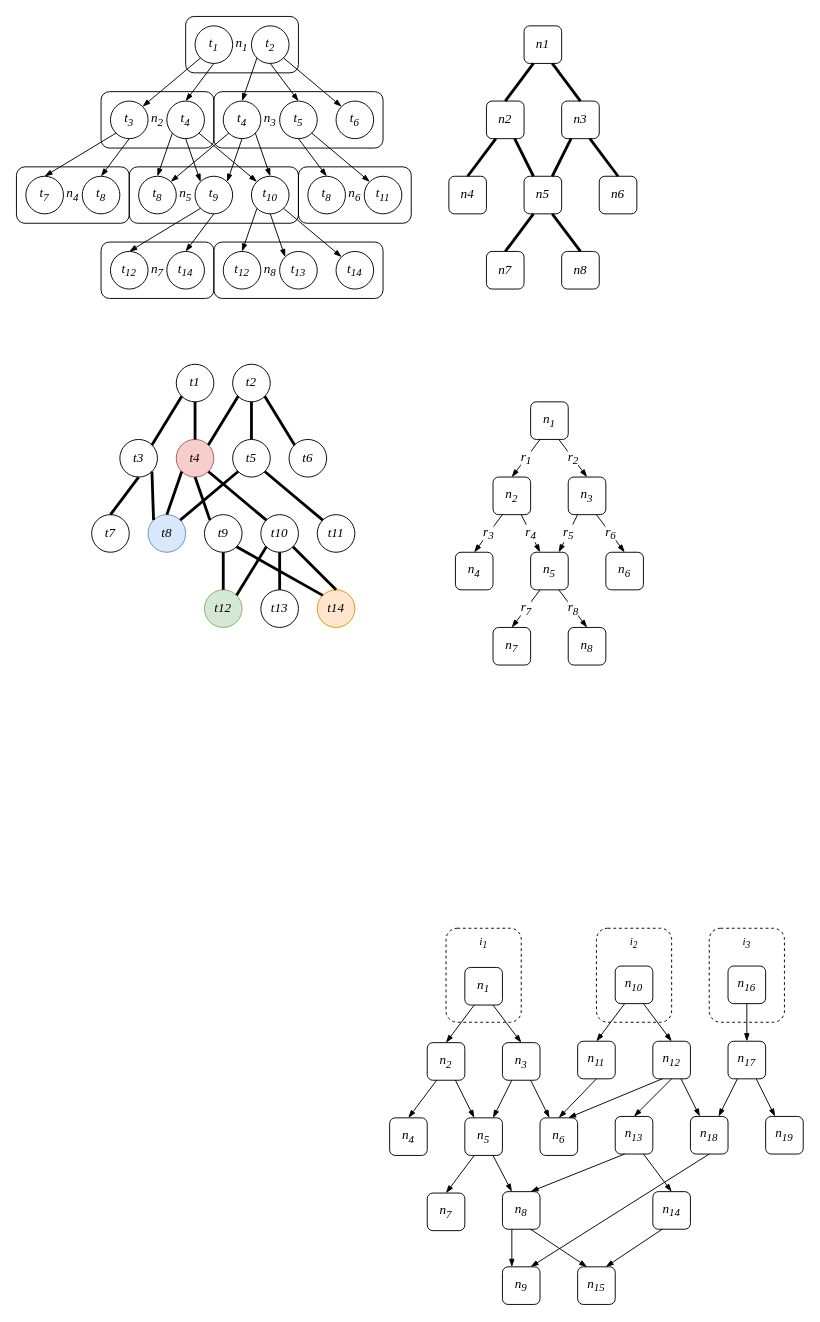
Above: karti.drawio in obscurya/draw.io (draw.io), before the change. Source tidied: cells renumbered, new cells numbered last; positions are measured from the earlier drawing's top-left corner, leaving out a move shared by most shapes. Both pictures are drawn from the tidied source at 94%, with x=0, y=0 at pixel (16, 16).
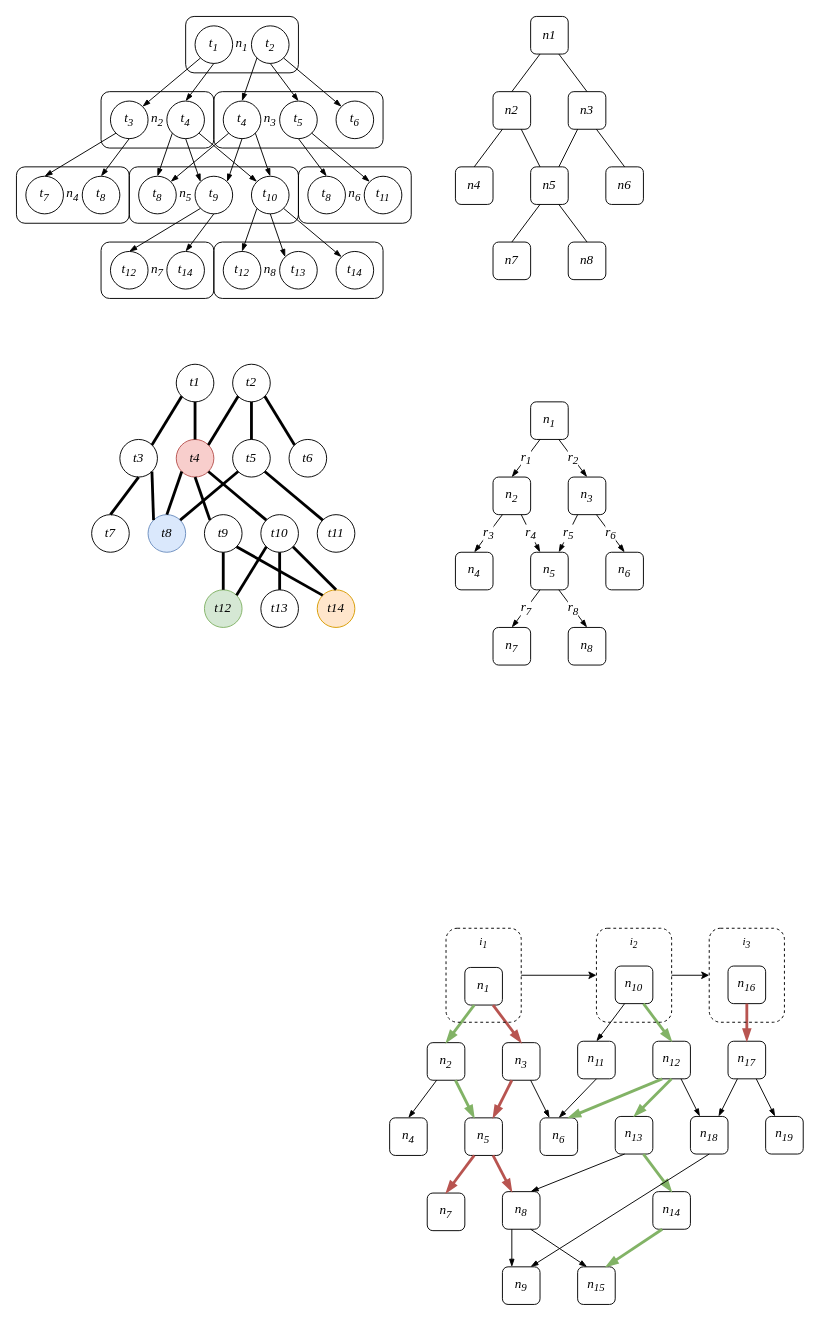
The same page after the edit.

Unchanged cells that the change refers to:
```xml
<mxCell id="120" value="n&lt;sub&gt;8&lt;/sub&gt;" style="rounded=1;whiteSpace=wrap;html=1;fontFamily=Times New Roman;fontSize=14;fillColor=none;fontStyle=2;" parent="1" vertex="1">
  <mxGeometry x="517" y="1250.2" width="40" height="40" as="geometry" />
</mxCell>
<mxCell id="121" value="n&lt;sub&gt;7&lt;/sub&gt;" style="rounded=1;whiteSpace=wrap;html=1;fontFamily=Times New Roman;fontSize=14;fillColor=none;fontStyle=2;" parent="1" vertex="1">
  <mxGeometry x="437" y="1251.7" width="40" height="40" as="geometry" />
</mxCell>
<mxCell id="122" value="n&lt;sub&gt;2&lt;/sub&gt;" style="rounded=1;whiteSpace=wrap;html=1;fontFamily=Times New Roman;fontSize=14;fillColor=none;fontStyle=2;" parent="1" vertex="1">
  <mxGeometry x="437" y="1091.7" width="40" height="40" as="geometry" />
</mxCell>
<mxCell id="123" value="n&lt;sub&gt;5&lt;/sub&gt;" style="rounded=1;whiteSpace=wrap;html=1;fontFamily=Times New Roman;fontSize=14;fillColor=none;fontStyle=2;" parent="1" vertex="1">
  <mxGeometry x="477" y="1171.7" width="40" height="40" as="geometry" />
</mxCell>
<mxCell id="124" value="n&lt;sub&gt;1&lt;/sub&gt;" style="rounded=1;whiteSpace=wrap;html=1;fontFamily=Times New Roman;fontSize=14;fillColor=none;fontStyle=2;" parent="1" vertex="1">
  <mxGeometry x="477" y="1011.7" width="40" height="40" as="geometry" />
</mxCell>
<mxCell id="125" value="n&lt;sub&gt;6&lt;/sub&gt;" style="rounded=1;whiteSpace=wrap;html=1;fontFamily=Times New Roman;fontSize=14;fillColor=none;fontStyle=2;" parent="1" vertex="1">
  <mxGeometry x="557" y="1171.7" width="40" height="40" as="geometry" />
</mxCell>
<mxCell id="127" value="n&lt;sub&gt;3&lt;/sub&gt;" style="rounded=1;whiteSpace=wrap;html=1;fontFamily=Times New Roman;fontSize=14;fillColor=none;fontStyle=2;" parent="1" vertex="1">
  <mxGeometry x="517" y="1091.7" width="40" height="40" as="geometry" />
</mxCell>
<mxCell id="136" value="n&lt;sub&gt;10&lt;/sub&gt;" style="rounded=1;whiteSpace=wrap;html=1;fontFamily=Times New Roman;fontSize=14;fillColor=none;fontStyle=2;" parent="1" vertex="1">
  <mxGeometry x="637" y="1010.2" width="40" height="40" as="geometry" />
</mxCell>
<mxCell id="138" value="n&lt;sub&gt;12&lt;/sub&gt;" style="rounded=1;whiteSpace=wrap;html=1;fontFamily=Times New Roman;fontSize=14;fillColor=none;fontStyle=2;" parent="1" vertex="1">
  <mxGeometry x="677" y="1090.2" width="40" height="40" as="geometry" />
</mxCell>
<mxCell id="139" value="n&lt;sub&gt;13&lt;/sub&gt;" style="rounded=1;whiteSpace=wrap;html=1;fontFamily=Times New Roman;fontSize=14;fillColor=none;fontStyle=2;" parent="1" vertex="1">
  <mxGeometry x="637" y="1170.2" width="40" height="40" as="geometry" />
</mxCell>
<mxCell id="140" value="n&lt;sub&gt;14&lt;/sub&gt;" style="rounded=1;whiteSpace=wrap;html=1;fontFamily=Times New Roman;fontSize=14;fillColor=none;fontStyle=2;" parent="1" vertex="1">
  <mxGeometry x="677" y="1250.2" width="40" height="40" as="geometry" />
</mxCell>
<mxCell id="141" value="n&lt;sub&gt;16&lt;/sub&gt;" style="rounded=1;whiteSpace=wrap;html=1;fontFamily=Times New Roman;fontSize=14;fillColor=none;fontStyle=2;" parent="1" vertex="1">
  <mxGeometry x="757" y="1010.2" width="40" height="40" as="geometry" />
</mxCell>
<mxCell id="142" value="n&lt;sub&gt;17&lt;/sub&gt;" style="rounded=1;whiteSpace=wrap;html=1;fontFamily=Times New Roman;fontSize=14;fillColor=none;fontStyle=2;" parent="1" vertex="1">
  <mxGeometry x="757" y="1090.2" width="40" height="40" as="geometry" />
</mxCell>
<mxCell id="154" value="n&lt;sub&gt;15&lt;/sub&gt;" style="rounded=1;whiteSpace=wrap;html=1;fontFamily=Times New Roman;fontSize=14;fillColor=none;fontStyle=2;" parent="1" vertex="1">
  <mxGeometry x="597" y="1330.2" width="40" height="40" as="geometry" />
</mxCell>
<mxCell id="162" value="i&lt;sub&gt;1&lt;/sub&gt;" style="rounded=1;whiteSpace=wrap;html=1;fillColor=none;dashed=1;verticalAlign=top;fontFamily=Times New Roman;fontStyle=2;" parent="1" vertex="1">
  <mxGeometry x="457" y="970" width="80" height="100" as="geometry" />
</mxCell>
<mxCell id="163" value="&lt;span&gt;i&lt;/span&gt;&lt;sub&gt;2&lt;/sub&gt;" style="rounded=1;whiteSpace=wrap;html=1;fillColor=none;dashed=1;verticalAlign=top;fontFamily=Times New Roman;fontStyle=2;" parent="1" vertex="1">
  <mxGeometry x="617" y="970" width="80" height="100" as="geometry" />
</mxCell>
<mxCell id="164" value="&lt;span&gt;i&lt;/span&gt;&lt;sub&gt;3&lt;/sub&gt;" style="rounded=1;whiteSpace=wrap;html=1;fillColor=none;dashed=1;verticalAlign=top;fontFamily=Times New Roman;fontStyle=2;" parent="1" vertex="1">
  <mxGeometry x="737" y="970" width="80" height="100" as="geometry" />
</mxCell>
```

What changed in the source:
```diff
@@
-    <mxCell id="88" value="&lt;span&gt;n8&lt;/span&gt;" style="rounded=1;whiteSpace=wrap;html=1;fontFamily=Times New Roman;fontSize=14;fillColor=none;fontStyle=2;" parent="1" vertex="1">
-      <mxGeometry x="580" y="250" width="40" height="40" as="geometry" />
+    <mxCell id="88" value="&lt;span&gt;n8&lt;/span&gt;" style="rounded=1;whiteSpace=wrap;html=1;fontFamily=Times New Roman;fontSize=14;fillColor=none;fontStyle=2;strokeWidth=1;" parent="1" vertex="1">
+      <mxGeometry x="587" y="240" width="40" height="40" as="geometry" />
     </mxCell>
-    <mxCell id="89" value="&lt;span&gt;n7&lt;/span&gt;" style="rounded=1;whiteSpace=wrap;html=1;fontFamily=Times New Roman;fontSize=14;fillColor=none;fontStyle=2;" parent="1" vertex="1">
-      <mxGeometry x="500" y="250" width="40" height="40" as="geometry" />
+    <mxCell id="89" value="&lt;span&gt;n7&lt;/span&gt;" style="rounded=1;whiteSpace=wrap;html=1;fontFamily=Times New Roman;fontSize=14;fillColor=none;fontStyle=2;strokeWidth=1;" parent="1" vertex="1">
+      <mxGeometry x="507" y="240" width="40" height="40" as="geometry" />
     </mxCell>
-    <mxCell id="90" value="n2" style="rounded=1;whiteSpace=wrap;html=1;fontFamily=Times New Roman;fontSize=14;fillColor=none;fontStyle=2;" parent="1" vertex="1">
-      <mxGeometry x="500" y="90" width="40" height="40" as="geometry" />
+    <mxCell id="90" value="n2" style="rounded=1;whiteSpace=wrap;html=1;fontFamily=Times New Roman;fontSize=14;fillColor=none;fontStyle=2;strokeWidth=1;" parent="1" vertex="1">
+      <mxGeometry x="507" y="80" width="40" height="40" as="geometry" />
     </mxCell>
-    <mxCell id="91" value="&lt;span&gt;n5&lt;/span&gt;" style="rounded=1;whiteSpace=wrap;html=1;fontFamily=Times New Roman;fontSize=14;fillColor=none;fontStyle=2;" parent="1" vertex="1">
-      <mxGeometry x="540" y="170" width="40" height="40" as="geometry" />
+    <mxCell id="91" value="&lt;span&gt;n5&lt;/span&gt;" style="rounded=1;whiteSpace=wrap;html=1;fontFamily=Times New Roman;fontSize=14;fillColor=none;fontStyle=2;strokeWidth=1;" parent="1" vertex="1">
+      <mxGeometry x="547" y="160" width="40" height="40" as="geometry" />
     </mxCell>
-    <mxCell id="92" value="n1" style="rounded=1;whiteSpace=wrap;html=1;fontFamily=Times New Roman;fontSize=14;fillColor=none;fontStyle=2;" parent="1" vertex="1">
-      <mxGeometry x="540" y="10" width="40" height="40" as="geometry" />
+    <mxCell id="92" value="n1" style="rounded=1;whiteSpace=wrap;html=1;fontFamily=Times New Roman;fontSize=14;fillColor=none;fontStyle=2;strokeWidth=1;" parent="1" vertex="1">
+      <mxGeometry x="547" width="40" height="40" as="geometry" />
     </mxCell>
-    <mxCell id="93" value="&lt;span&gt;n6&lt;/span&gt;" style="rounded=1;whiteSpace=wrap;html=1;fontFamily=Times New Roman;fontSize=14;fillColor=none;fontStyle=2;" parent="1" vertex="1">
-      <mxGeometry x="620" y="170" width="40" height="40" as="geometry" />
+    <mxCell id="93" value="&lt;span&gt;n6&lt;/span&gt;" style="rounded=1;whiteSpace=wrap;html=1;fontFamily=Times New Roman;fontSize=14;fillColor=none;fontStyle=2;strokeWidth=1;" parent="1" vertex="1">
+      <mxGeometry x="627" y="160" width="40" height="40" as="geometry" />
     </mxCell>
-    <mxCell id="94" value="&lt;span&gt;n4&lt;/span&gt;" style="rounded=1;whiteSpace=wrap;html=1;fontFamily=Times New Roman;fontSize=14;fillColor=none;fontStyle=2;" parent="1" vertex="1">
-      <mxGeometry x="460" y="170" width="40" height="40" as="geometry" />
+    <mxCell id="94" value="&lt;span&gt;n4&lt;/span&gt;" style="rounded=1;whiteSpace=wrap;html=1;fontFamily=Times New Roman;fontSize=14;fillColor=none;fontStyle=2;strokeWidth=1;" parent="1" vertex="1">
+      <mxGeometry x="467" y="160" width="40" height="40" as="geometry" />
     </mxCell>
-    <mxCell id="95" value="&lt;span&gt;n3&lt;/span&gt;" style="rounded=1;whiteSpace=wrap;html=1;fontFamily=Times New Roman;fontSize=14;fillColor=none;fontStyle=2;" parent="1" vertex="1">
-      <mxGeometry x="580" y="90" width="40" height="40" as="geometry" />
+    <mxCell id="95" value="&lt;span&gt;n3&lt;/span&gt;" style="rounded=1;whiteSpace=wrap;html=1;fontFamily=Times New Roman;fontSize=14;fillColor=none;fontStyle=2;strokeWidth=1;" parent="1" vertex="1">
+      <mxGeometry x="587" y="80" width="40" height="40" as="geometry" />
     </mxCell>
-    <mxCell id="96" style="endArrow=none;html=1;fontFamily=Times New Roman;fontSize=14;entryX=0.25;entryY=1;entryDx=0;entryDy=0;exitX=0.5;exitY=0;exitDx=0;exitDy=0;strokeWidth=3;fontStyle=2;" parent="1" edge="1" source="90" target="92">
+    <mxCell id="96" style="endArrow=none;html=1;fontFamily=Times New Roman;fontSize=14;entryX=0.25;entryY=1;entryDx=0;entryDy=0;exitX=0.5;exitY=0;exitDx=0;exitDy=0;strokeWidth=1;fontStyle=2;" parent="1" edge="1" source="90" target="92">
       <mxGeometry relative="1" as="geometry" />
     </mxCell>
-    <mxCell id="97" style="endArrow=none;html=1;fontFamily=Times New Roman;fontSize=14;entryX=0.75;entryY=1;entryDx=0;entryDy=0;exitX=0.5;exitY=0;exitDx=0;exitDy=0;strokeWidth=3;fontStyle=2;" parent="1" edge="1" source="95" target="92">
+    <mxCell id="97" style="endArrow=none;html=1;fontFamily=Times New Roman;fontSize=14;entryX=0.75;entryY=1;entryDx=0;entryDy=0;exitX=0.5;exitY=0;exitDx=0;exitDy=0;strokeWidth=1;fontStyle=2;" parent="1" edge="1" source="95" target="92">
       <mxGeometry relative="1" as="geometry" />
     </mxCell>
-    <mxCell id="98" style="endArrow=none;html=1;fontFamily=Times New Roman;fontSize=14;entryX=0.25;entryY=1;entryDx=0;entryDy=0;exitX=0.5;exitY=0;exitDx=0;exitDy=0;strokeWidth=3;fontStyle=2;" parent="1" edge="1" source="94" target="90">
+    <mxCell id="98" style="endArrow=none;html=1;fontFamily=Times New Roman;fontSize=14;entryX=0.25;entryY=1;entryDx=0;entryDy=0;exitX=0.5;exitY=0;exitDx=0;exitDy=0;strokeWidth=1;fontStyle=2;" parent="1" edge="1" source="94" target="90">
       <mxGeometry relative="1" as="geometry" />
     </mxCell>
-    <mxCell id="99" style="endArrow=none;html=1;fontFamily=Times New Roman;fontSize=14;entryX=0.75;entryY=1;entryDx=0;entryDy=0;exitX=0.25;exitY=0;exitDx=0;exitDy=0;strokeWidth=3;fontStyle=2;" parent="1" edge="1" source="91" target="90">
+    <mxCell id="99" style="endArrow=none;html=1;fontFamily=Times New Roman;fontSize=14;entryX=0.75;entryY=1;entryDx=0;entryDy=0;exitX=0.25;exitY=0;exitDx=0;exitDy=0;strokeWidth=1;fontStyle=2;" parent="1" edge="1" source="91" target="90">
       <mxGeometry relative="1" as="geometry" />
     </mxCell>
-    <mxCell id="100" style="endArrow=none;html=1;fontFamily=Times New Roman;fontSize=14;entryX=0.25;entryY=1;entryDx=0;entryDy=0;exitX=0.75;exitY=0;exitDx=0;exitDy=0;strokeWidth=3;fontStyle=2;" parent="1" edge="1" source="91" target="95">
+    <mxCell id="100" style="endArrow=none;html=1;fontFamily=Times New Roman;fontSize=14;entryX=0.25;entryY=1;entryDx=0;entryDy=0;exitX=0.75;exitY=0;exitDx=0;exitDy=0;strokeWidth=1;fontStyle=2;" parent="1" edge="1" source="91" target="95">
       <mxGeometry relative="1" as="geometry" />
     </mxCell>
-    <mxCell id="101" style="endArrow=none;html=1;fontFamily=Times New Roman;fontSize=14;entryX=0.75;entryY=1;entryDx=0;entryDy=0;exitX=0.5;exitY=0;exitDx=0;exitDy=0;strokeWidth=3;fontStyle=2;" parent="1" edge="1" source="93" target="95">
+    <mxCell id="101" style="endArrow=none;html=1;fontFamily=Times New Roman;fontSize=14;entryX=0.75;entryY=1;entryDx=0;entryDy=0;exitX=0.5;exitY=0;exitDx=0;exitDy=0;strokeWidth=1;fontStyle=2;" parent="1" edge="1" source="93" target="95">
       <mxGeometry relative="1" as="geometry" />
     </mxCell>
-    <mxCell id="102" style="endArrow=none;html=1;fontFamily=Times New Roman;fontSize=14;exitX=0.5;exitY=0;exitDx=0;exitDy=0;strokeWidth=3;fontStyle=2;entryX=0.25;entryY=1;entryDx=0;entryDy=0;" parent="1" edge="1" source="89" target="91">
+    <mxCell id="102" style="endArrow=none;html=1;fontFamily=Times New Roman;fontSize=14;exitX=0.5;exitY=0;exitDx=0;exitDy=0;strokeWidth=1;fontStyle=2;entryX=0.25;entryY=1;entryDx=0;entryDy=0;" parent="1" edge="1" source="89" target="91">
       <mxGeometry relative="1" as="geometry" />
     </mxCell>
-    <mxCell id="103" style="endArrow=none;html=1;fontFamily=Times New Roman;fontSize=14;entryX=0.75;entryY=1;entryDx=0;entryDy=0;exitX=0.5;exitY=0;exitDx=0;exitDy=0;strokeWidth=3;fontStyle=2;" parent="1" edge="1" source="88" target="91">
+    <mxCell id="103" style="endArrow=none;html=1;fontFamily=Times New Roman;fontSize=14;entryX=0.75;entryY=1;entryDx=0;entryDy=0;exitX=0.5;exitY=0;exitDx=0;exitDy=0;strokeWidth=1;fontStyle=2;" parent="1" edge="1" source="88" target="91">
       <mxGeometry relative="1" as="geometry" />
     </mxCell>
@@
-    <mxCell id="128" style="endArrow=none;html=1;fontFamily=Times New Roman;fontSize=14;entryX=0.25;entryY=1;entryDx=0;entryDy=0;exitX=0.5;exitY=0;exitDx=0;exitDy=0;strokeWidth=1;fontStyle=2;startArrow=blockThin;startFill=1;" parent="1" edge="1" source="122" target="124">
+    <mxCell id="128" style="endArrow=none;html=1;fontFamily=Times New Roman;fontSize=14;entryX=0.25;entryY=1;entryDx=0;entryDy=0;exitX=0.5;exitY=0;exitDx=0;exitDy=0;strokeWidth=3;fontStyle=2;startArrow=blockThin;startFill=1;fillColor=#d5e8d4;strokeColor=#82b366;" parent="1" edge="1" source="122" target="124">
       <mxGeometry relative="1" as="geometry" />
     </mxCell>
-    <mxCell id="129" style="endArrow=none;html=1;fontFamily=Times New Roman;fontSize=14;entryX=0.75;entryY=1;entryDx=0;entryDy=0;exitX=0.5;exitY=0;exitDx=0;exitDy=0;strokeWidth=1;fontStyle=2;startArrow=blockThin;startFill=1;" parent="1" edge="1" source="127" target="124">
+    <mxCell id="129" style="endArrow=none;html=1;fontFamily=Times New Roman;fontSize=14;entryX=0.75;entryY=1;entryDx=0;entryDy=0;exitX=0.5;exitY=0;exitDx=0;exitDy=0;strokeWidth=3;fontStyle=2;startArrow=blockThin;startFill=1;fillColor=#f8cecc;strokeColor=#b85450;" parent="1" edge="1" source="127" target="124">
       <mxGeometry relative="1" as="geometry" />
     </mxCell>
@@
-    <mxCell id="131" style="endArrow=none;html=1;fontFamily=Times New Roman;fontSize=14;entryX=0.75;entryY=1;entryDx=0;entryDy=0;exitX=0.25;exitY=0;exitDx=0;exitDy=0;strokeWidth=1;fontStyle=2;startArrow=blockThin;startFill=1;" parent="1" edge="1" source="123" target="122">
+    <mxCell id="131" style="endArrow=none;html=1;fontFamily=Times New Roman;fontSize=14;entryX=0.75;entryY=1;entryDx=0;entryDy=0;exitX=0.25;exitY=0;exitDx=0;exitDy=0;strokeWidth=3;fontStyle=2;startArrow=blockThin;startFill=1;fillColor=#d5e8d4;strokeColor=#82b366;" parent="1" edge="1" source="123" target="122">
       <mxGeometry relative="1" as="geometry" />
     </mxCell>
-    <mxCell id="132" style="endArrow=none;html=1;fontFamily=Times New Roman;fontSize=14;entryX=0.25;entryY=1;entryDx=0;entryDy=0;exitX=0.75;exitY=0;exitDx=0;exitDy=0;strokeWidth=1;fontStyle=2;startArrow=blockThin;startFill=1;" parent="1" edge="1" source="123" target="127">
+    <mxCell id="132" style="endArrow=none;html=1;fontFamily=Times New Roman;fontSize=14;entryX=0.25;entryY=1;entryDx=0;entryDy=0;exitX=0.75;exitY=0;exitDx=0;exitDy=0;strokeWidth=3;fontStyle=2;startArrow=blockThin;startFill=1;fillColor=#f8cecc;strokeColor=#b85450;" parent="1" edge="1" source="123" target="127">
       <mxGeometry relative="1" as="geometry" />
     </mxCell>
@@
-    <mxCell id="134" style="endArrow=none;html=1;fontFamily=Times New Roman;fontSize=14;exitX=0.5;exitY=0;exitDx=0;exitDy=0;strokeWidth=1;fontStyle=2;entryX=0.25;entryY=1;entryDx=0;entryDy=0;startArrow=blockThin;startFill=1;" parent="1" edge="1" source="121" target="123">
+    <mxCell id="134" style="endArrow=none;html=1;fontFamily=Times New Roman;fontSize=14;exitX=0.5;exitY=0;exitDx=0;exitDy=0;strokeWidth=3;fontStyle=2;entryX=0.25;entryY=1;entryDx=0;entryDy=0;startArrow=blockThin;startFill=1;fillColor=#f8cecc;strokeColor=#b85450;" parent="1" edge="1" source="121" target="123">
       <mxGeometry relative="1" as="geometry" />
     </mxCell>
-    <mxCell id="135" style="endArrow=none;html=1;fontFamily=Times New Roman;fontSize=14;entryX=0.75;entryY=1;entryDx=0;entryDy=0;exitX=0.25;exitY=0;exitDx=0;exitDy=0;strokeWidth=1;fontStyle=2;startArrow=blockThin;startFill=1;" parent="1" edge="1" source="120" target="123">
+    <mxCell id="135" style="endArrow=none;html=1;fontFamily=Times New Roman;fontSize=14;entryX=0.75;entryY=1;entryDx=0;entryDy=0;exitX=0.25;exitY=0;exitDx=0;exitDy=0;strokeWidth=3;fontStyle=2;startArrow=blockThin;startFill=1;fillColor=#f8cecc;strokeColor=#b85450;" parent="1" edge="1" source="120" target="123">
       <mxGeometry relative="1" as="geometry" />
     </mxCell>
@@
-    <mxCell id="146" style="endArrow=none;html=1;fontFamily=Times New Roman;fontSize=14;entryX=0.75;entryY=1;entryDx=0;entryDy=0;exitX=0.5;exitY=0;exitDx=0;exitDy=0;strokeWidth=1;fontStyle=2;startArrow=blockThin;startFill=1;" parent="1" edge="1" source="138" target="136">
+    <mxCell id="146" style="endArrow=none;html=1;fontFamily=Times New Roman;fontSize=14;entryX=0.75;entryY=1;entryDx=0;entryDy=0;exitX=0.5;exitY=0;exitDx=0;exitDy=0;strokeWidth=3;fontStyle=2;startArrow=blockThin;startFill=1;fillColor=#d5e8d4;strokeColor=#82b366;" parent="1" edge="1" source="138" target="136">
       <mxGeometry relative="1" as="geometry" />
     </mxCell>
@@
-    <mxCell id="148" style="endArrow=none;html=1;fontFamily=Times New Roman;fontSize=14;entryX=0.5;entryY=1;entryDx=0;entryDy=0;exitX=0.5;exitY=0;exitDx=0;exitDy=0;strokeWidth=1;fontStyle=2;startArrow=blockThin;startFill=1;" parent="1" edge="1" source="139" target="138">
+    <mxCell id="148" style="endArrow=none;html=1;fontFamily=Times New Roman;fontSize=14;entryX=0.5;entryY=1;entryDx=0;entryDy=0;exitX=0.5;exitY=0;exitDx=0;exitDy=0;strokeWidth=3;fontStyle=2;startArrow=blockThin;startFill=1;fillColor=#d5e8d4;strokeColor=#82b366;" parent="1" edge="1" source="139" target="138">
       <mxGeometry relative="1" as="geometry" />
     </mxCell>
@@
-    <mxCell id="150" style="endArrow=none;html=1;fontFamily=Times New Roman;fontSize=14;entryX=0.75;entryY=1;entryDx=0;entryDy=0;exitX=0.5;exitY=0;exitDx=0;exitDy=0;strokeWidth=1;fontStyle=2;startArrow=blockThin;startFill=1;" parent="1" edge="1" source="140" target="139">
+    <mxCell id="150" style="endArrow=none;html=1;fontFamily=Times New Roman;fontSize=14;entryX=0.75;entryY=1;entryDx=0;entryDy=0;exitX=0.5;exitY=0;exitDx=0;exitDy=0;strokeWidth=3;fontStyle=2;startArrow=blockThin;startFill=1;fillColor=#d5e8d4;strokeColor=#82b366;" parent="1" edge="1" source="140" target="139">
       <mxGeometry relative="1" as="geometry" />
     </mxCell>
-    <mxCell id="151" style="endArrow=none;html=1;fontFamily=Times New Roman;fontSize=14;entryX=0.5;entryY=1;entryDx=0;entryDy=0;exitX=0.5;exitY=0;exitDx=0;exitDy=0;strokeWidth=1;fontStyle=2;startArrow=blockThin;startFill=1;" parent="1" edge="1" source="142" target="141">
+    <mxCell id="151" style="endArrow=none;html=1;fontFamily=Times New Roman;fontSize=14;entryX=0.5;entryY=1;entryDx=0;entryDy=0;exitX=0.5;exitY=0;exitDx=0;exitDy=0;strokeWidth=3;fontStyle=2;startArrow=blockThin;startFill=1;fillColor=#f8cecc;strokeColor=#b85450;" parent="1" edge="1" source="142" target="141">
       <mxGeometry relative="1" as="geometry" />
     </mxCell>
@@
-    <mxCell id="156" style="endArrow=none;html=1;fontFamily=Times New Roman;fontSize=14;entryX=0.25;entryY=1;entryDx=0;entryDy=0;exitX=0.75;exitY=0;exitDx=0;exitDy=0;strokeWidth=1;fontStyle=2;startArrow=blockThin;startFill=1;" parent="1" edge="1" source="154" target="140">
+    <mxCell id="156" style="endArrow=none;html=1;fontFamily=Times New Roman;fontSize=14;entryX=0.25;entryY=1;entryDx=0;entryDy=0;exitX=0.75;exitY=0;exitDx=0;exitDy=0;strokeWidth=3;fontStyle=2;startArrow=blockThin;startFill=1;fillColor=#d5e8d4;strokeColor=#82b366;" parent="1" edge="1" source="154" target="140">
       <mxGeometry relative="1" as="geometry" />
     </mxCell>
@@
-    <mxCell id="160" style="endArrow=none;html=1;fontFamily=Times New Roman;fontSize=14;entryX=0.25;entryY=1;entryDx=0;entryDy=0;exitX=0.75;exitY=0;exitDx=0;exitDy=0;strokeWidth=1;fontStyle=2;startArrow=blockThin;startFill=1;" parent="1" edge="1" source="125" target="138">
+    <mxCell id="160" style="endArrow=none;html=1;fontFamily=Times New Roman;fontSize=14;entryX=0.25;entryY=1;entryDx=0;entryDy=0;exitX=0.75;exitY=0;exitDx=0;exitDy=0;strokeWidth=3;fontStyle=2;startArrow=blockThin;startFill=1;fillColor=#d5e8d4;strokeColor=#82b366;" parent="1" edge="1" source="125" target="138">
       <mxGeometry relative="1" as="geometry" />
     </mxCell>
@@
+    <mxCell id="165" style="edgeStyle=orthogonalEdgeStyle;rounded=0;jettySize=auto;html=1;strokeWidth=1;" parent="1" edge="1" source="162" target="163">
+      <mxGeometry relative="1" as="geometry" />
+    </mxCell>
@@
+    <mxCell id="166" style="edgeStyle=orthogonalEdgeStyle;rounded=0;jettySize=auto;html=1;strokeWidth=1;" parent="1" edge="1" source="163" target="164">
+      <mxGeometry relative="1" as="geometry" />
+    </mxCell>
```
